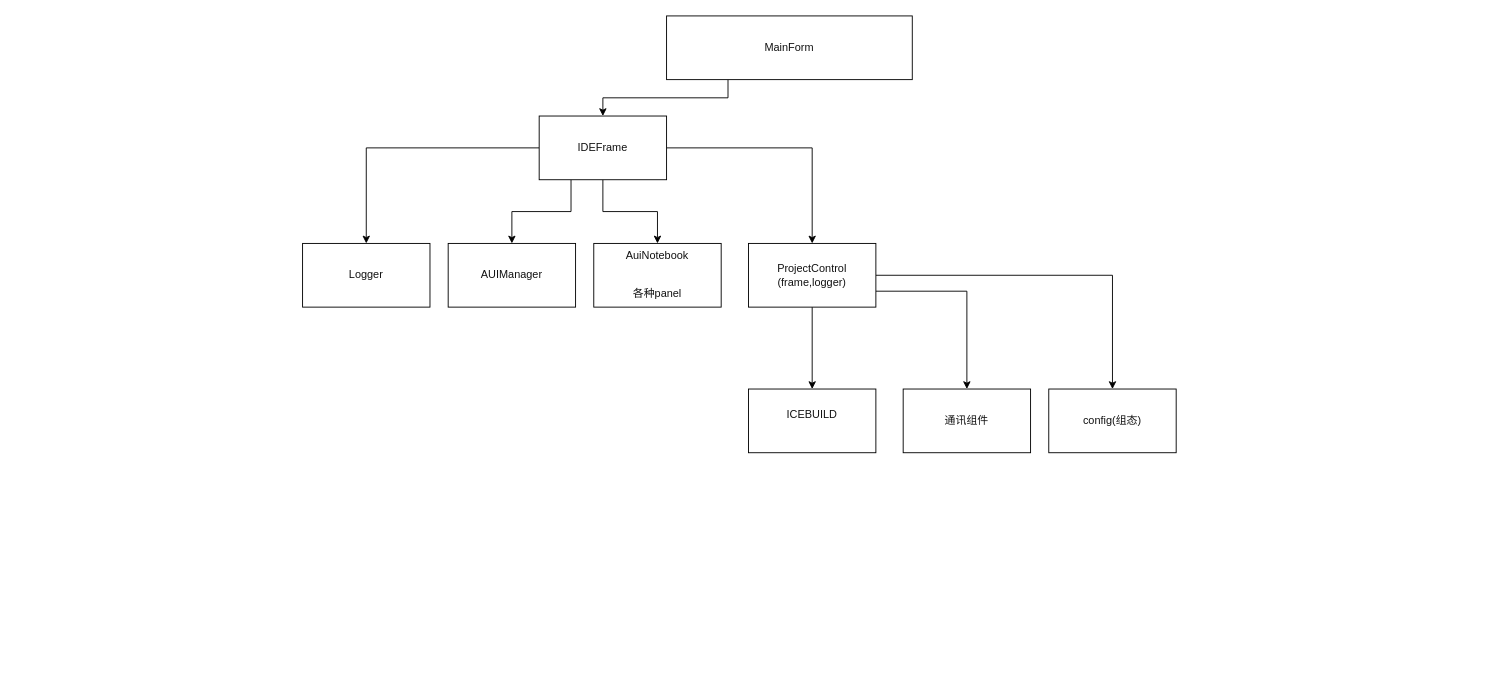
Before: confdes——soft.drawio in nathanningbo/general_ztf, a draw.io diagram. Source tidied: cells renumbered, new cells numbered last; positions are measured from the earlier drawing's top-left corner, leaving out a move shared by most shapes. Both pictures are drawn from the tidied source at 91%, with x=0, y=0 at pixel (302, 15).
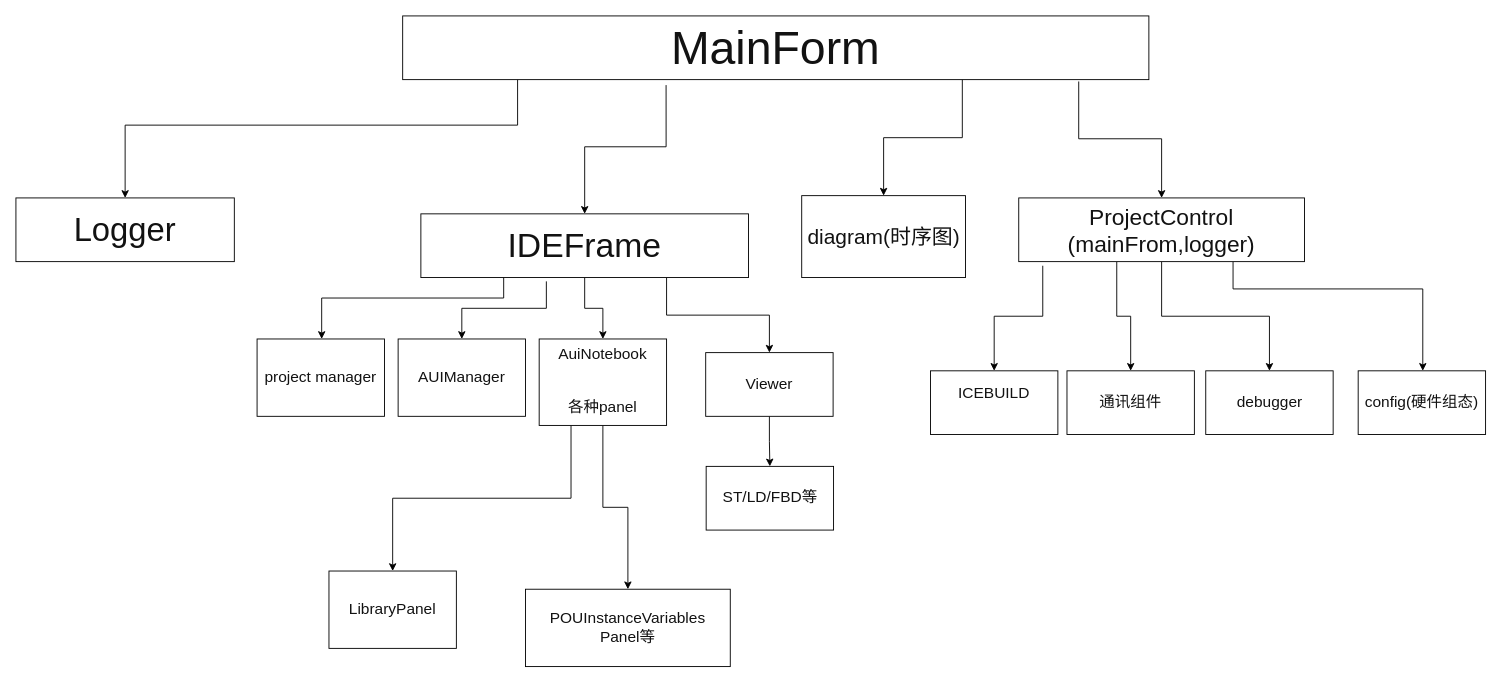
Above is the later version.

What changed in the source:
```diff
@@
-    <mxCell id="2" style="edgeStyle=orthogonalEdgeStyle;rounded=0;jettySize=auto;html=1;fontColor=#121212;exitX=0.25;exitY=1;exitDx=0;exitDy=0;" parent="1" edge="1" source="3" target="8">
+    <mxCell id="2" style="edgeStyle=orthogonalEdgeStyle;rounded=0;jettySize=auto;html=1;fontColor=#121212;exitX=0.353;exitY=1.086;exitDx=0;exitDy=0;exitPerimeter=0;" parent="1" edge="1" source="3" target="8">
       <mxGeometry relative="1" as="geometry" />
     </mxCell>
+    <mxCell id="19" style="edgeStyle=orthogonalEdgeStyle;rounded=0;jettySize=auto;html=1;fontColor=#121212;exitX=0.75;exitY=1;exitDx=0;exitDy=0;" parent="1" edge="1" source="3" target="20">
+      <mxGeometry relative="1" as="geometry" />
+    </mxCell>
-    <mxCell id="3" value="MainForm" style="rounded=0;whiteSpace=wrap;html=1;strokeColor=#000000;fontColor=#121212;" parent="1" vertex="1">
-      <mxGeometry x="400" width="270" height="70" as="geometry" />
+    <mxCell id="3" value="&lt;font style=&quot;font-size: 51px&quot;&gt;MainForm&lt;/font&gt;" style="rounded=0;whiteSpace=wrap;html=1;strokeColor=#000000;fontColor=#121212;fontSize=17;" parent="1" vertex="1">
+      <mxGeometry x="110" width="820" height="70" as="geometry" />
     </mxCell>
+    <mxCell id="20" value="diagram(时序图)" style="rounded=0;whiteSpace=wrap;html=1;strokeColor=#000000;fontColor=#121212;fontSize=23;" parent="1" vertex="1">
+      <mxGeometry x="548.5" y="197.5" width="180" height="90" as="geometry" />
+    </mxCell>
-    <mxCell id="4" style="edgeStyle=orthogonalEdgeStyle;rounded=0;jettySize=auto;html=1;fontColor=#121212;exitX=0.25;exitY=1;exitDx=0;exitDy=0;" parent="1" edge="1" source="8" target="18">
+    <mxCell id="4" style="edgeStyle=orthogonalEdgeStyle;rounded=0;jettySize=auto;html=1;fontColor=#121212;exitX=0.383;exitY=1.06;exitDx=0;exitDy=0;exitPerimeter=0;" parent="1" edge="1" source="8" target="18">
       <mxGeometry relative="1" as="geometry" />
     </mxCell>
@@
-    <mxCell id="6" style="edgeStyle=orthogonalEdgeStyle;rounded=0;jettySize=auto;html=1;fontColor=#121212;" parent="1" edge="1" source="8" target="13">
+    <mxCell id="6" style="edgeStyle=orthogonalEdgeStyle;rounded=0;jettySize=auto;html=1;fontColor=#121212;exitX=0.906;exitY=1.029;exitDx=0;exitDy=0;exitPerimeter=0;" parent="1" edge="1" source="3" target="13">
       <mxGeometry relative="1" as="geometry" />
     </mxCell>
-    <mxCell id="7" style="edgeStyle=orthogonalEdgeStyle;rounded=0;jettySize=auto;html=1;fontColor=#121212;" parent="1" edge="1" source="8" target="9">
-      <mxGeometry relative="1" as="geometry" />
+    <mxCell id="7" style="edgeStyle=orthogonalEdgeStyle;rounded=0;jettySize=auto;html=1;fontColor=#121212;exitX=0.154;exitY=1.004;exitDx=0;exitDy=0;exitPerimeter=0;entryX=0.5;entryY=0;entryDx=0;entryDy=0;" parent="1" edge="1" source="3" target="9">
+      <mxGeometry relative="1" as="geometry">
+        <Array as="points">
+          <mxPoint x="237" y="120" />
+          <mxPoint x="-195" y="120" />
+        </Array>
+      </mxGeometry>
     </mxCell>
+    <mxCell id="21" style="edgeStyle=orthogonalEdgeStyle;rounded=0;jettySize=auto;html=1;fontColor=#121212;exitX=0.75;exitY=1;exitDx=0;exitDy=0;" parent="1" edge="1" source="8" target="25">
+      <mxGeometry relative="1" as="geometry" />
+    </mxCell>
+    <mxCell id="22" style="edgeStyle=orthogonalEdgeStyle;rounded=0;jettySize=auto;html=1;fontColor=#121212;exitX=0.25;exitY=1;exitDx=0;exitDy=0;" parent="1" edge="1" source="8" target="23">
+      <mxGeometry relative="1" as="geometry">
+        <Array as="points">
+          <mxPoint x="221" y="310" />
+          <mxPoint x="21" y="310" />
+        </Array>
+      </mxGeometry>
+    </mxCell>
-    <mxCell id="8" value="&lt;div&gt;IDEFrame&lt;/div&gt;" style="rounded=0;whiteSpace=wrap;html=1;strokeColor=#000000;fontColor=#121212;" parent="1" vertex="1">
-      <mxGeometry x="260" y="110" width="140" height="70" as="geometry" />
+    <mxCell id="8" value="&lt;div style=&quot;font-size: 37px;&quot;&gt;IDEFrame&lt;/div&gt;" style="rounded=0;whiteSpace=wrap;html=1;strokeColor=#000000;fontColor=#121212;fontSize=37;" parent="1" vertex="1">
+      <mxGeometry x="130" y="217.5" width="360" height="70" as="geometry" />
     </mxCell>
+    <mxCell id="23" value="project manager" style="rounded=0;whiteSpace=wrap;html=1;strokeColor=#000000;fontColor=#121212;fontSize=17;" parent="1" vertex="1">
+      <mxGeometry x="-50" y="355" width="140" height="85" as="geometry" />
+    </mxCell>
+    <mxCell id="24" style="edgeStyle=orthogonalEdgeStyle;rounded=0;jettySize=auto;html=1;fontColor=#121212;" parent="1" edge="1" source="25" target="26">
+      <mxGeometry relative="1" as="geometry" />
+    </mxCell>
+    <mxCell id="25" value="&lt;div style=&quot;font-size: 17px;&quot;&gt;Viewer&lt;/div&gt;" style="rounded=0;whiteSpace=wrap;html=1;strokeColor=#000000;fontColor=#121212;fontSize=17;" parent="1" vertex="1">
+      <mxGeometry x="443" y="370" width="140" height="70" as="geometry" />
+    </mxCell>
+    <mxCell id="26" value="ST/LD/FBD等" style="rounded=0;whiteSpace=wrap;html=1;strokeColor=#000000;fontColor=#121212;fontSize=17;" parent="1" vertex="1">
+      <mxGeometry x="443.5" y="495" width="140" height="70" as="geometry" />
+    </mxCell>
-    <mxCell id="9" value="&lt;div&gt;Logger&lt;/div&gt;" style="rounded=0;whiteSpace=wrap;html=1;strokeColor=#000000;fontColor=#121212;" parent="1" vertex="1">
-      <mxGeometry y="250" width="140" height="70" as="geometry" />
+    <mxCell id="9" value="&lt;div style=&quot;font-size: 36px;&quot;&gt;Logger&lt;/div&gt;" style="rounded=0;whiteSpace=wrap;html=1;strokeColor=#000000;fontColor=#121212;fontSize=36;" parent="1" vertex="1">
+      <mxGeometry x="-315" y="200" width="240" height="70" as="geometry" />
     </mxCell>
-    <mxCell id="10" style="edgeStyle=orthogonalEdgeStyle;rounded=0;jettySize=auto;html=1;fontColor=#121212;" parent="1" edge="1" source="13" target="16">
+    <mxCell id="10" style="edgeStyle=orthogonalEdgeStyle;rounded=0;jettySize=auto;html=1;fontColor=#121212;exitX=0.084;exitY=1.065;exitDx=0;exitDy=0;exitPerimeter=0;" parent="1" edge="1" source="13" target="16">
       <mxGeometry relative="1" as="geometry" />
     </mxCell>
-    <mxCell id="11" style="edgeStyle=orthogonalEdgeStyle;rounded=0;jettySize=auto;html=1;fontColor=#121212;exitX=1;exitY=0.75;exitDx=0;exitDy=0;" parent="1" edge="1" source="13" target="15">
+    <mxCell id="11" style="edgeStyle=orthogonalEdgeStyle;rounded=0;jettySize=auto;html=1;fontColor=#121212;exitX=0.343;exitY=1.004;exitDx=0;exitDy=0;exitPerimeter=0;" parent="1" edge="1" source="13" target="15">
       <mxGeometry relative="1" as="geometry" />
     </mxCell>
-    <mxCell id="12" style="edgeStyle=orthogonalEdgeStyle;rounded=0;jettySize=auto;html=1;fontColor=#121212;" parent="1" edge="1" source="13" target="14">
-      <mxGeometry relative="1" as="geometry" />
+    <mxCell id="12" style="edgeStyle=orthogonalEdgeStyle;rounded=0;jettySize=auto;html=1;fontColor=#121212;exitX=0.75;exitY=1;exitDx=0;exitDy=0;" parent="1" edge="1" source="13" target="14">
+      <mxGeometry relative="1" as="geometry">
+        <Array as="points">
+          <mxPoint x="1022" y="300" />
+          <mxPoint x="1231" y="300" />
+        </Array>
+      </mxGeometry>
     </mxCell>
+    <mxCell id="27" style="edgeStyle=orthogonalEdgeStyle;rounded=0;jettySize=auto;html=1;fontColor=#121212;exitX=0.5;exitY=1;exitDx=0;exitDy=0;" parent="1" edge="1" source="13" target="28">
+      <mxGeometry relative="1" as="geometry" />
+    </mxCell>
-    <mxCell id="13" value="&lt;div&gt;ProjectControl&lt;/div&gt;&lt;div&gt;(frame,logger)&lt;/div&gt;" style="rounded=0;whiteSpace=wrap;html=1;strokeColor=#000000;fontColor=#121212;" parent="1" vertex="1">
-      <mxGeometry x="490" y="250" width="140" height="70" as="geometry" />
+    <mxCell id="13" value="&lt;div style=&quot;font-size: 25px;&quot;&gt;ProjectControl&lt;/div&gt;&lt;div style=&quot;font-size: 25px;&quot;&gt;(mainFrom,logger)&lt;/div&gt;" style="rounded=0;whiteSpace=wrap;html=1;strokeColor=#000000;fontColor=#121212;fontSize=25;" parent="1" vertex="1">
+      <mxGeometry x="787" y="200" width="314" height="70" as="geometry" />
     </mxCell>
+    <mxCell id="28" value="debugger" style="rounded=0;whiteSpace=wrap;html=1;strokeColor=#000000;fontColor=#121212;fontSize=17;" parent="1" vertex="1">
+      <mxGeometry x="992.5" y="390" width="140" height="70" as="geometry" />
+    </mxCell>
-    <mxCell id="14" value="config(组态)" style="rounded=0;whiteSpace=wrap;html=1;strokeColor=#000000;fontColor=#121212;" parent="1" vertex="1">
-      <mxGeometry x="820" y="410" width="140" height="70" as="geometry" />
+    <mxCell id="14" value="config(硬件组态)" style="rounded=0;whiteSpace=wrap;html=1;strokeColor=#000000;fontColor=#121212;fontSize=17;" parent="1" vertex="1">
+      <mxGeometry x="1160" y="390" width="140" height="70" as="geometry" />
     </mxCell>
-    <mxCell id="15" value="通讯组件" style="rounded=0;whiteSpace=wrap;html=1;strokeColor=#000000;fontColor=#121212;" parent="1" vertex="1">
-      <mxGeometry x="660" y="410" width="140" height="70" as="geometry" />
+    <mxCell id="15" value="通讯组件" style="rounded=0;whiteSpace=wrap;html=1;strokeColor=#000000;fontColor=#121212;fontSize=17;" parent="1" vertex="1">
+      <mxGeometry x="840" y="390" width="140" height="70" as="geometry" />
     </mxCell>
-    <mxCell id="16" value="&lt;div&gt;ICEBUILD&lt;/div&gt;&lt;div&gt;&lt;br&gt;&lt;/div&gt;" style="rounded=0;whiteSpace=wrap;html=1;strokeColor=#000000;fontColor=#121212;" parent="1" vertex="1">
-      <mxGeometry x="490" y="410" width="140" height="70" as="geometry" />
+    <mxCell id="16" value="&lt;div style=&quot;font-size: 17px;&quot;&gt;ICEBUILD&lt;/div&gt;&lt;div style=&quot;font-size: 17px;&quot;&gt;&lt;br style=&quot;font-size: 17px;&quot;&gt;&lt;/div&gt;" style="rounded=0;whiteSpace=wrap;html=1;strokeColor=#000000;fontColor=#121212;fontSize=17;" parent="1" vertex="1">
+      <mxGeometry x="690" y="390" width="140" height="70" as="geometry" />
     </mxCell>
+    <mxCell id="29" style="edgeStyle=orthogonalEdgeStyle;rounded=0;jettySize=auto;html=1;exitX=0.25;exitY=1;exitDx=0;exitDy=0;entryX=0.5;entryY=0;entryDx=0;entryDy=0;fontSize=23;fontColor=#121212;" parent="1" edge="1" source="17" target="31">
+      <mxGeometry relative="1" as="geometry" />
+    </mxCell>
+    <mxCell id="30" style="edgeStyle=orthogonalEdgeStyle;rounded=0;jettySize=auto;html=1;exitX=0.5;exitY=1;exitDx=0;exitDy=0;fontSize=23;fontColor=#121212;entryX=0.5;entryY=0;entryDx=0;entryDy=0;" parent="1" edge="1" source="17" target="32">
+      <mxGeometry relative="1" as="geometry" />
+    </mxCell>
-    <mxCell id="17" value="&lt;pre style=&quot;font-family: &amp;#34;宋体&amp;#34; ; font-size: 9pt&quot;&gt;&lt;span style=&quot;background-color: rgb(255 , 255 , 255)&quot;&gt;&lt;font color=&quot;#121212&quot;&gt;AuiNotebook&lt;/font&gt;&lt;/span&gt;&lt;/pre&gt;&lt;div&gt;&lt;br&gt;&lt;/div&gt;&lt;div&gt;各种panel&lt;/div&gt;&lt;div&gt;&lt;br&gt;&lt;/div&gt;" style="rounded=0;whiteSpace=wrap;html=1;strokeColor=#000000;fontColor=#121212;" parent="1" vertex="1">
-      <mxGeometry x="320" y="250" width="140" height="70" as="geometry" />
+    <mxCell id="17" value="&lt;pre style=&quot;font-family: &amp;quot;宋体&amp;quot;; font-size: 17px;&quot;&gt;&lt;span style=&quot;background-color: rgb(255, 255, 255); font-size: 17px;&quot;&gt;&lt;font style=&quot;font-size: 17px;&quot; color=&quot;#121212&quot;&gt;AuiNotebook&lt;/font&gt;&lt;/span&gt;&lt;/pre&gt;&lt;div style=&quot;font-size: 17px;&quot;&gt;&lt;br style=&quot;font-size: 17px;&quot;&gt;&lt;/div&gt;&lt;div style=&quot;font-size: 17px;&quot;&gt;各种panel&lt;/div&gt;&lt;div style=&quot;font-size: 17px;&quot;&gt;&lt;br style=&quot;font-size: 17px;&quot;&gt;&lt;/div&gt;" style="rounded=0;whiteSpace=wrap;html=1;strokeColor=#000000;fontColor=#121212;fontSize=17;" parent="1" vertex="1">
+      <mxGeometry x="260" y="355" width="140" height="95" as="geometry" />
     </mxCell>
-    <mxCell id="18" value="&lt;pre style=&quot;font-family: &amp;#34;宋体&amp;#34; ; font-size: 9pt&quot;&gt;&lt;span style=&quot;background-color: rgb(255 , 255 , 255)&quot;&gt;&lt;font color=&quot;#121212&quot;&gt;AUIManager&lt;/font&gt;&lt;/span&gt;&lt;/pre&gt;" style="rounded=0;whiteSpace=wrap;html=1;strokeColor=#000000;fontColor=#121212;" parent="1" vertex="1">
-      <mxGeometry x="160" y="250" width="140" height="70" as="geometry" />
+    <mxCell id="18" value="&lt;pre style=&quot;font-family: &amp;quot;宋体&amp;quot;; font-size: 17px;&quot;&gt;&lt;span style=&quot;background-color: rgb(255, 255, 255); font-size: 17px;&quot;&gt;&lt;font style=&quot;font-size: 17px;&quot; color=&quot;#121212&quot;&gt;AUIManager&lt;/font&gt;&lt;/span&gt;&lt;/pre&gt;" style="rounded=0;whiteSpace=wrap;html=1;strokeColor=#000000;fontColor=#121212;fontSize=17;" parent="1" vertex="1">
+      <mxGeometry x="105" y="355" width="140" height="85" as="geometry" />
     </mxCell>
+    <mxCell id="31" value="LibraryPanel" style="rounded=0;whiteSpace=wrap;html=1;strokeColor=#000000;fontColor=#121212;fontSize=17;" parent="1" vertex="1">
+      <mxGeometry x="29" y="610" width="140" height="85" as="geometry" />
+    </mxCell>
+    <mxCell id="32" value="&lt;div&gt;POUInstanceVariables&lt;/div&gt;&lt;div&gt;Panel等&lt;/div&gt;" style="rounded=0;whiteSpace=wrap;html=1;strokeColor=#000000;fontColor=#121212;fontSize=17;" parent="1" vertex="1">
+      <mxGeometry x="245" y="630" width="225" height="85" as="geometry" />
+    </mxCell>
```
